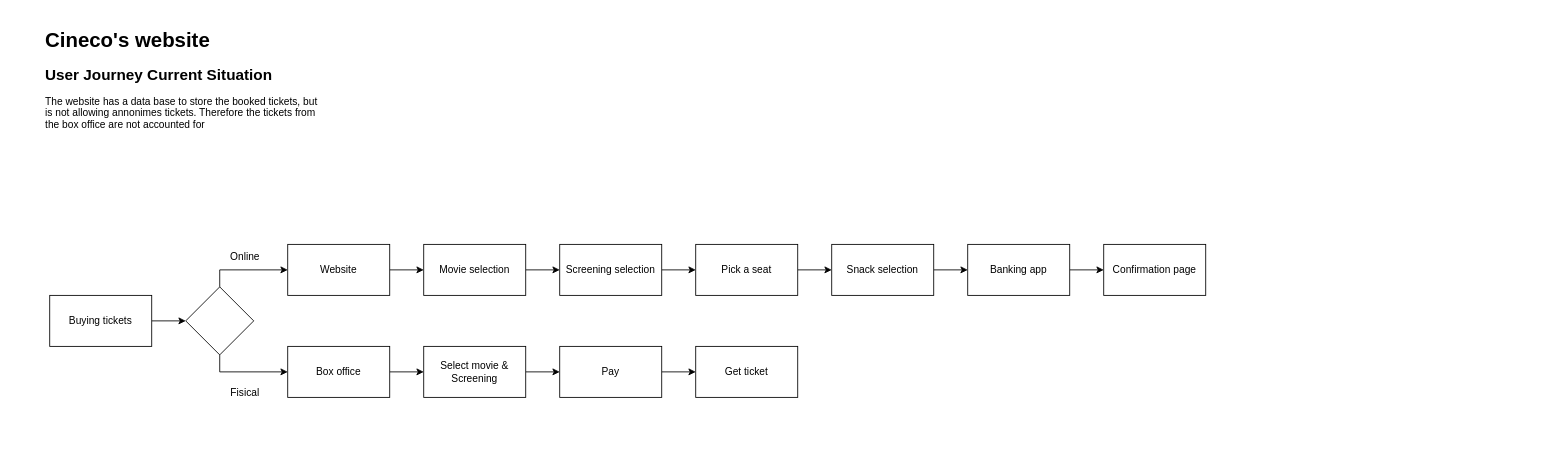
This is Cinema Cineco.drawio from BasGosman-Calco/Business-Analyses, a draw.io file, before an edit. Source tidied: cells renumbered, new cells numbered last; positions are measured from the earlier drawing's top-left corner, leaving out a move shared by most shapes. Both pictures are drawn from the tidied source at 85%, with x=0, y=0 at pixel (41, 23).
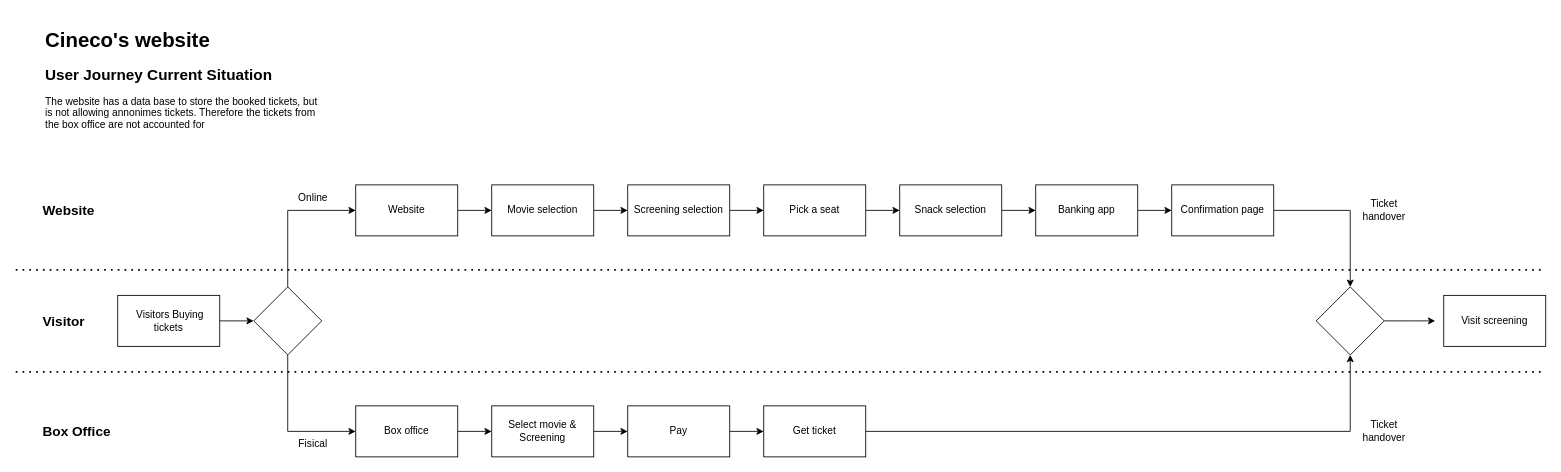
The same page after the edit.

Change to the diagram source:
```diff
@@
     <mxCell id="4" value="Movie selection" style="rounded=0;whiteSpace=wrap;html=1;" parent="1" vertex="1">
-      <mxGeometry x="450" y="260" width="120" height="60" as="geometry" />
+      <mxGeometry x="530" y="190" width="120" height="60" as="geometry" />
     </mxCell>
@@
     <mxCell id="7" value="&lt;div&gt;Screening selection&lt;/div&gt;" style="rounded=0;whiteSpace=wrap;html=1;" parent="1" vertex="1">
-      <mxGeometry x="610" y="260" width="120" height="60" as="geometry" />
+      <mxGeometry x="690" y="190" width="120" height="60" as="geometry" />
     </mxCell>
@@
     <mxCell id="9" value="&lt;div&gt;Snack selection&lt;/div&gt;" style="rounded=0;whiteSpace=wrap;html=1;" parent="1" vertex="1">
-      <mxGeometry x="930" y="260" width="120" height="60" as="geometry" />
+      <mxGeometry x="1010" y="190" width="120" height="60" as="geometry" />
     </mxCell>
@@
     <mxCell id="11" value="Banking app" style="rounded=0;whiteSpace=wrap;html=1;" parent="1" vertex="1">
-      <mxGeometry x="1090" y="260" width="120" height="60" as="geometry" />
+      <mxGeometry x="1170" y="190" width="120" height="60" as="geometry" />
     </mxCell>
+    <mxCell id="30" style="edgeStyle=orthogonalEdgeStyle;rounded=0;jettySize=auto;html=1;exitX=1;exitY=0.5;exitDx=0;exitDy=0;entryX=0.5;entryY=0;entryDx=0;entryDy=0;" parent="1" edge="1" source="12" target="38">
+      <mxGeometry relative="1" as="geometry" />
+    </mxCell>
     <mxCell id="12" value="Confirmation page" style="rounded=0;whiteSpace=wrap;html=1;" parent="1" vertex="1">
-      <mxGeometry x="1250" y="260" width="120" height="60" as="geometry" />
+      <mxGeometry x="1330" y="190" width="120" height="60" as="geometry" />
     </mxCell>
@@
     <mxCell id="14" value="Website" style="rounded=0;whiteSpace=wrap;html=1;" parent="1" vertex="1">
-      <mxGeometry x="290" y="260" width="120" height="60" as="geometry" />
+      <mxGeometry x="370" y="190" width="120" height="60" as="geometry" />
     </mxCell>
@@
     <mxCell id="16" value="Box office" style="rounded=0;whiteSpace=wrap;html=1;" parent="1" vertex="1">
-      <mxGeometry x="290" y="380" width="120" height="60" as="geometry" />
+      <mxGeometry x="370" y="450" width="120" height="60" as="geometry" />
     </mxCell>
@@
     <mxCell id="18" value="Select movie &amp;amp; Screening" style="rounded=0;whiteSpace=wrap;html=1;" parent="1" vertex="1">
-      <mxGeometry x="450" y="380" width="120" height="60" as="geometry" />
+      <mxGeometry x="530" y="450" width="120" height="60" as="geometry" />
     </mxCell>
@@
     <mxCell id="20" value="Pay" style="whiteSpace=wrap;html=1;rounded=0;" parent="1" vertex="1">
-      <mxGeometry x="610" y="380" width="120" height="60" as="geometry" />
+      <mxGeometry x="690" y="450" width="120" height="60" as="geometry" />
     </mxCell>
+    <mxCell id="31" style="edgeStyle=orthogonalEdgeStyle;rounded=0;jettySize=auto;html=1;entryX=0.5;entryY=1;entryDx=0;entryDy=0;" parent="1" edge="1" source="21" target="38">
+      <mxGeometry relative="1" as="geometry" />
+    </mxCell>
     <mxCell id="21" value="Get ticket" style="whiteSpace=wrap;html=1;rounded=0;" parent="1" vertex="1">
-      <mxGeometry x="770" y="380" width="120" height="60" as="geometry" />
+      <mxGeometry x="850" y="450" width="120" height="60" as="geometry" />
     </mxCell>
     <mxCell id="22" value="Pick a seat" style="whiteSpace=wrap;html=1;rounded=0;" parent="1" vertex="1">
-      <mxGeometry x="770" y="260" width="120" height="60" as="geometry" />
+      <mxGeometry x="850" y="190" width="120" height="60" as="geometry" />
     </mxCell>
@@
-    <mxCell id="24" value="Buying tickets" style="rounded=0;whiteSpace=wrap;html=1;" parent="1" vertex="1">
-      <mxGeometry x="10" y="320" width="120" height="60" as="geometry" />
+    <mxCell id="24" value="&amp;nbsp;Visitors Buying tickets" style="rounded=0;whiteSpace=wrap;html=1;" parent="1" vertex="1">
+      <mxGeometry x="90" y="320" width="120" height="60" as="geometry" />
     </mxCell>
     <mxCell id="25" style="edgeStyle=orthogonalEdgeStyle;rounded=0;jettySize=auto;html=1;exitX=0.5;exitY=0;exitDx=0;exitDy=0;" parent="1" edge="1" source="27" target="14">
       <mxGeometry relative="1" as="geometry">
         <Array as="points">
-          <mxPoint x="210" y="290" />
+          <mxPoint x="290" y="220" />
         </Array>
       </mxGeometry>
     </mxCell>
     <mxCell id="26" style="edgeStyle=orthogonalEdgeStyle;rounded=0;jettySize=auto;html=1;exitX=0.5;exitY=1;exitDx=0;exitDy=0;entryX=0;entryY=0.5;entryDx=0;entryDy=0;" parent="1" edge="1" source="27" target="16">
       <mxGeometry relative="1" as="geometry">
         <Array as="points">
-          <mxPoint x="210" y="410" />
+          <mxPoint x="290" y="480" />
         </Array>
       </mxGeometry>
     </mxCell>
     <mxCell id="27" style="rhombus;whiteSpace=wrap;html=1;" parent="1" vertex="1">
-      <mxGeometry x="170" y="310" width="80" height="80" as="geometry" />
+      <mxGeometry x="250" y="310" width="80" height="80" as="geometry" />
     </mxCell>
     <mxCell id="28" value="Fisical" style="text;html=1;strokeColor=none;fillColor=none;align=center;verticalAlign=middle;whiteSpace=wrap;rounded=0;" parent="1" vertex="1">
-      <mxGeometry x="210" y="420" width="60" height="30" as="geometry" />
+      <mxGeometry x="290" y="480" width="60" height="30" as="geometry" />
     </mxCell>
     <mxCell id="29" value="Online" style="text;html=1;strokeColor=none;fillColor=none;align=center;verticalAlign=middle;whiteSpace=wrap;rounded=0;" parent="1" vertex="1">
-      <mxGeometry x="210" y="260" width="60" height="30" as="geometry" />
+      <mxGeometry x="290" y="190" width="60" height="30" as="geometry" />
     </mxCell>
+    <mxCell id="32" style="endArrow=none;dashed=1;html=1;dashPattern=1 3;strokeWidth=2;rounded=0;" parent="1" edge="1">
+      <mxGeometry relative="1" as="geometry">
+        <mxPoint x="-30" y="290" as="sourcePoint" />
+        <mxPoint x="1770" y="290" as="targetPoint" />
+      </mxGeometry>
+    </mxCell>
+    <mxCell id="33" style="endArrow=none;dashed=1;html=1;dashPattern=1 3;strokeWidth=2;rounded=0;" parent="1" edge="1">
+      <mxGeometry relative="1" as="geometry">
+        <mxPoint x="-30" y="410" as="sourcePoint" />
+        <mxPoint x="1770" y="410" as="targetPoint" />
+      </mxGeometry>
+    </mxCell>
+    <mxCell id="34" value="&lt;font style=&quot;font-size: 16px;&quot;&gt;&lt;b style=&quot;font-size: 16px;&quot;&gt;Website&lt;/b&gt;&lt;/font&gt;" style="text;html=1;strokeColor=none;fillColor=none;align=left;verticalAlign=middle;whiteSpace=wrap;rounded=0;fontSize=16;" parent="1" vertex="1">
+      <mxGeometry y="205" width="100" height="30" as="geometry" />
+    </mxCell>
+    <mxCell id="35" value="&lt;b style=&quot;font-size: 16px;&quot;&gt;Visitor&lt;/b&gt;" style="text;html=1;strokeColor=none;fillColor=none;align=left;verticalAlign=middle;whiteSpace=wrap;rounded=0;fontSize=16;" parent="1" vertex="1">
+      <mxGeometry y="335" width="100" height="30" as="geometry" />
+    </mxCell>
+    <mxCell id="36" value="&lt;b style=&quot;font-size: 16px;&quot;&gt;Box Office&lt;br style=&quot;font-size: 16px;&quot;&gt;&lt;/b&gt;" style="text;html=1;strokeColor=none;fillColor=none;align=left;verticalAlign=middle;whiteSpace=wrap;rounded=0;fontSize=16;" parent="1" vertex="1">
+      <mxGeometry y="465" width="100" height="30" as="geometry" />
+    </mxCell>
+    <mxCell id="37" style="edgeStyle=orthogonalEdgeStyle;rounded=0;jettySize=auto;html=1;exitX=1;exitY=0.5;exitDx=0;exitDy=0;" parent="1" edge="1" source="38">
+      <mxGeometry relative="1" as="geometry">
+        <mxPoint x="1640" y="350" as="targetPoint" />
+      </mxGeometry>
+    </mxCell>
+    <mxCell id="38" style="rhombus;whiteSpace=wrap;html=1;" parent="1" vertex="1">
+      <mxGeometry x="1500" y="310" width="80" height="80" as="geometry" />
+    </mxCell>
+    <mxCell id="39" value="Visit screening" style="rounded=0;whiteSpace=wrap;html=1;" parent="1" vertex="1">
+      <mxGeometry x="1650" y="320" width="120" height="60" as="geometry" />
+    </mxCell>
+    <mxCell id="40" value="Ticket handover" style="text;html=1;strokeColor=none;fillColor=none;align=center;verticalAlign=middle;whiteSpace=wrap;rounded=0;" parent="1" vertex="1">
+      <mxGeometry x="1540" y="465" width="80" height="30" as="geometry" />
+    </mxCell>
+    <mxCell id="41" value="Ticket handover" style="text;html=1;strokeColor=none;fillColor=none;align=center;verticalAlign=middle;whiteSpace=wrap;rounded=0;" parent="1" vertex="1">
+      <mxGeometry x="1540" y="205" width="80" height="30" as="geometry" />
+    </mxCell>
```
